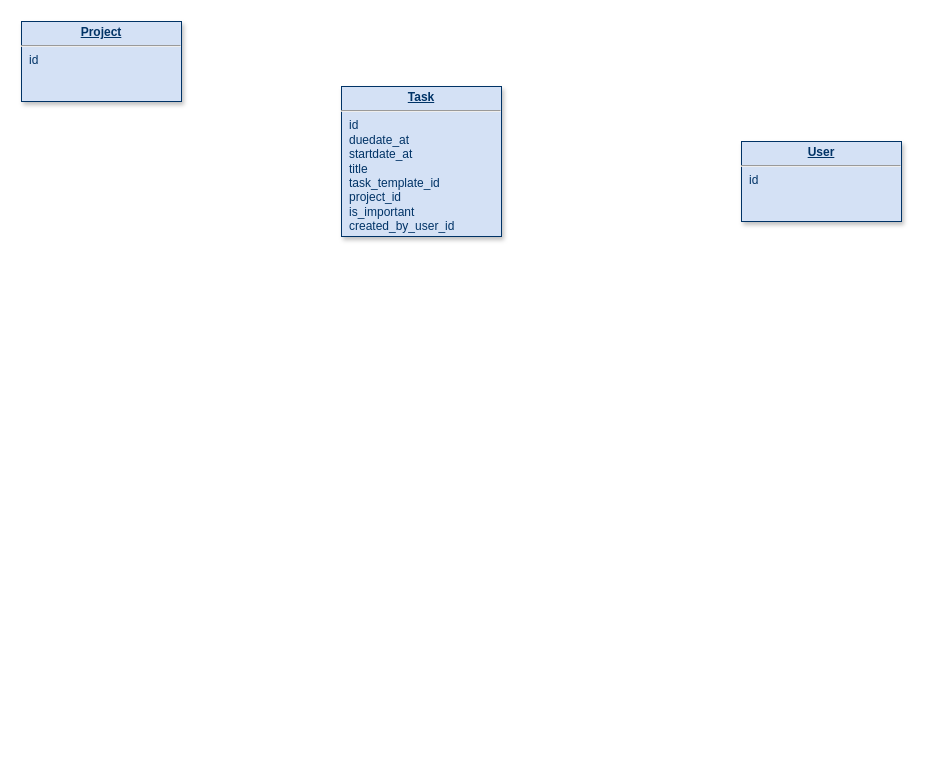
Above: tasks.drawio in sanderha/diagrams-repo (draw.io), before the change. Source tidied: cells renumbered, new cells numbered last; positions are measured from the earlier drawing's top-left corner, leaving out a move shared by most shapes. Both pictures are drawn from the tidied source at 100%, with x=0, y=0 at pixel (21, 21).
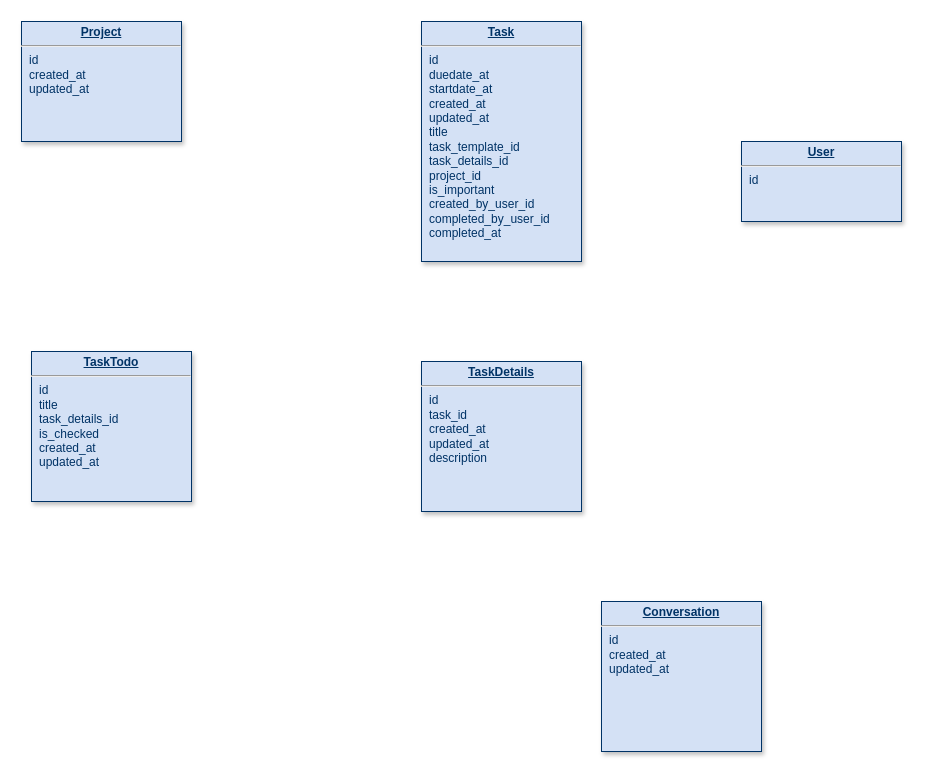
The same diagram, later.

Diff of the diagram source:
```diff
@@
 <mxGraphModel>
   <root>
     <mxCell id="0" />
     <mxCell id="1" parent="0" />
     <mxCell id="2" value="&lt;p style=&quot;margin: 0px ; margin-top: 4px ; text-align: center ; text-decoration: underline&quot;&gt;&lt;strong&gt;User&lt;/strong&gt;&lt;/p&gt;&lt;hr&gt;&lt;p style=&quot;margin: 0px ; margin-left: 8px&quot;&gt;id&lt;/p&gt;" style="verticalAlign=top;align=left;overflow=fill;fontSize=12;fontFamily=Helvetica;html=1;strokeColor=#003366;shadow=1;fillColor=#D4E1F5;fontColor=#003366;" parent="1" vertex="1">
       <mxGeometry x="720" y="120" width="160" height="80" as="geometry" />
     </mxCell>
-    <mxCell id="3" value="&lt;p style=&quot;margin: 0px ; margin-top: 4px ; text-align: center ; text-decoration: underline&quot;&gt;&lt;strong&gt;Task&lt;/strong&gt;&lt;/p&gt;&lt;hr&gt;&lt;p style=&quot;margin: 0px ; margin-left: 8px&quot;&gt;id&lt;/p&gt;&lt;p style=&quot;margin: 0px ; margin-left: 8px&quot;&gt;duedate_at&lt;/p&gt;&lt;p style=&quot;margin: 0px ; margin-left: 8px&quot;&gt;startdate_at&lt;/p&gt;&lt;p style=&quot;margin: 0px ; margin-left: 8px&quot;&gt;title&lt;/p&gt;&lt;p style=&quot;margin: 0px ; margin-left: 8px&quot;&gt;task_template_id&lt;/p&gt;&lt;p style=&quot;margin: 0px ; margin-left: 8px&quot;&gt;project_id&lt;/p&gt;&lt;p style=&quot;margin: 0px ; margin-left: 8px&quot;&gt;is_important&lt;/p&gt;&lt;p style=&quot;margin: 0px ; margin-left: 8px&quot;&gt;created_by_user_id&lt;br&gt;&lt;/p&gt;" style="verticalAlign=top;align=left;overflow=fill;fontSize=12;fontFamily=Helvetica;html=1;strokeColor=#003366;shadow=1;fillColor=#D4E1F5;fontColor=#003366;" parent="1" vertex="1">
-      <mxGeometry x="320" y="65" width="160" height="150" as="geometry" />
+    <mxCell id="3" value="&lt;p style=&quot;margin: 0px ; margin-top: 4px ; text-align: center ; text-decoration: underline&quot;&gt;&lt;strong&gt;Task&lt;/strong&gt;&lt;/p&gt;&lt;hr&gt;&lt;p style=&quot;margin: 0px ; margin-left: 8px&quot;&gt;id&lt;/p&gt;&lt;p style=&quot;margin: 0px ; margin-left: 8px&quot;&gt;duedate_at&lt;/p&gt;&lt;p style=&quot;margin: 0px ; margin-left: 8px&quot;&gt;startdate_at&lt;/p&gt;&lt;p style=&quot;margin: 0px ; margin-left: 8px&quot;&gt;created_at&lt;/p&gt;&lt;p style=&quot;margin: 0px ; margin-left: 8px&quot;&gt;updated_at&lt;br&gt;&lt;/p&gt;&lt;p style=&quot;margin: 0px ; margin-left: 8px&quot;&gt;title&lt;/p&gt;&lt;p style=&quot;margin: 0px ; margin-left: 8px&quot;&gt;task_template_id&lt;/p&gt;&lt;p style=&quot;margin: 0px ; margin-left: 8px&quot;&gt;task_details_id&lt;br&gt;&lt;/p&gt;&lt;p style=&quot;margin: 0px ; margin-left: 8px&quot;&gt;project_id&lt;/p&gt;&lt;p style=&quot;margin: 0px ; margin-left: 8px&quot;&gt;is_important&lt;/p&gt;&lt;p style=&quot;margin: 0px ; margin-left: 8px&quot;&gt;created_by_user_id&lt;/p&gt;&lt;p style=&quot;margin: 0px ; margin-left: 8px&quot;&gt;completed_by_user_id&lt;/p&gt;&lt;p style=&quot;margin: 0px ; margin-left: 8px&quot;&gt;completed_at&lt;br&gt;&lt;/p&gt;" style="verticalAlign=top;align=left;overflow=fill;fontSize=12;fontFamily=Helvetica;html=1;strokeColor=#003366;shadow=1;fillColor=#D4E1F5;fontColor=#003366;" parent="1" vertex="1">
+      <mxGeometry x="400" width="160" height="240" as="geometry" />
     </mxCell>
-    <mxCell id="4" value="&lt;p style=&quot;margin: 0px ; margin-top: 4px ; text-align: center ; text-decoration: underline&quot;&gt;&lt;strong&gt;Project&lt;/strong&gt;&lt;/p&gt;&lt;hr&gt;&lt;p style=&quot;margin: 0px ; margin-left: 8px&quot;&gt;id&lt;/p&gt;" style="verticalAlign=top;align=left;overflow=fill;fontSize=12;fontFamily=Helvetica;html=1;strokeColor=#003366;shadow=1;fillColor=#D4E1F5;fontColor=#003366;" parent="1" vertex="1">
-      <mxGeometry width="160" height="80" as="geometry" />
+    <mxCell id="4" value="&lt;p style=&quot;margin: 0px ; margin-top: 4px ; text-align: center ; text-decoration: underline&quot;&gt;&lt;strong&gt;Project&lt;/strong&gt;&lt;/p&gt;&lt;hr&gt;&lt;p style=&quot;margin: 0px ; margin-left: 8px&quot;&gt;id&lt;/p&gt;&lt;p style=&quot;margin: 0px ; margin-left: 8px&quot;&gt;created_at&lt;/p&gt;&lt;p style=&quot;margin: 0px ; margin-left: 8px&quot;&gt;updated_at&lt;br&gt;&lt;/p&gt;" style="verticalAlign=top;align=left;overflow=fill;fontSize=12;fontFamily=Helvetica;html=1;strokeColor=#003366;shadow=1;fillColor=#D4E1F5;fontColor=#003366;" parent="1" vertex="1">
+      <mxGeometry width="160" height="120" as="geometry" />
     </mxCell>
+    <mxCell id="5" value="&lt;p style=&quot;margin: 0px ; margin-top: 4px ; text-align: center ; text-decoration: underline&quot;&gt;&lt;strong&gt;TaskTodo&lt;/strong&gt;&lt;/p&gt;&lt;hr&gt;&lt;p style=&quot;margin: 0px ; margin-left: 8px&quot;&gt;id&lt;/p&gt;&lt;p style=&quot;margin: 0px ; margin-left: 8px&quot;&gt;title&lt;/p&gt;&lt;p style=&quot;margin: 0px ; margin-left: 8px&quot;&gt;task_details_id&lt;/p&gt;&lt;p style=&quot;margin: 0px ; margin-left: 8px&quot;&gt;is_checked&lt;/p&gt;&lt;p style=&quot;margin: 0px ; margin-left: 8px&quot;&gt;created_at&lt;/p&gt;&lt;p style=&quot;margin: 0px ; margin-left: 8px&quot;&gt;updated_at&lt;br&gt;&lt;/p&gt;" style="verticalAlign=top;align=left;overflow=fill;fontSize=12;fontFamily=Helvetica;html=1;strokeColor=#003366;shadow=1;fillColor=#D4E1F5;fontColor=#003366;" parent="1" vertex="1">
+      <mxGeometry x="10" y="330" width="160" height="150" as="geometry" />
+    </mxCell>
+    <mxCell id="6" value="&lt;p style=&quot;margin: 0px ; margin-top: 4px ; text-align: center ; text-decoration: underline&quot;&gt;&lt;strong&gt;TaskDetails&lt;/strong&gt;&lt;/p&gt;&lt;hr&gt;&lt;p style=&quot;margin: 0px ; margin-left: 8px&quot;&gt;id&lt;/p&gt;&lt;p style=&quot;margin: 0px ; margin-left: 8px&quot;&gt;task_id&lt;/p&gt;&lt;p style=&quot;margin: 0px ; margin-left: 8px&quot;&gt;created_at&lt;/p&gt;&lt;p style=&quot;margin: 0px ; margin-left: 8px&quot;&gt;updated_at&lt;/p&gt;&lt;p style=&quot;margin: 0px ; margin-left: 8px&quot;&gt;description&lt;br&gt;&lt;/p&gt;" style="verticalAlign=top;align=left;overflow=fill;fontSize=12;fontFamily=Helvetica;html=1;strokeColor=#003366;shadow=1;fillColor=#D4E1F5;fontColor=#003366;" parent="1" vertex="1">
+      <mxGeometry x="400" y="340" width="160" height="150" as="geometry" />
+    </mxCell>
+    <mxCell id="7" value="&lt;p style=&quot;margin: 0px ; margin-top: 4px ; text-align: center ; text-decoration: underline&quot;&gt;&lt;strong&gt;Conversation&lt;/strong&gt;&lt;/p&gt;&lt;hr&gt;&lt;p style=&quot;margin: 0px ; margin-left: 8px&quot;&gt;id&lt;/p&gt;&lt;p style=&quot;margin: 0px ; margin-left: 8px&quot;&gt;created_at&lt;/p&gt;&lt;p style=&quot;margin: 0px ; margin-left: 8px&quot;&gt;updated_at&lt;/p&gt;" style="verticalAlign=top;align=left;overflow=fill;fontSize=12;fontFamily=Helvetica;html=1;strokeColor=#003366;shadow=1;fillColor=#D4E1F5;fontColor=#003366;" parent="1" vertex="1">
+      <mxGeometry x="580" y="580" width="160" height="150" as="geometry" />
+    </mxCell>
   </root>
 </mxGraphModel>
```
